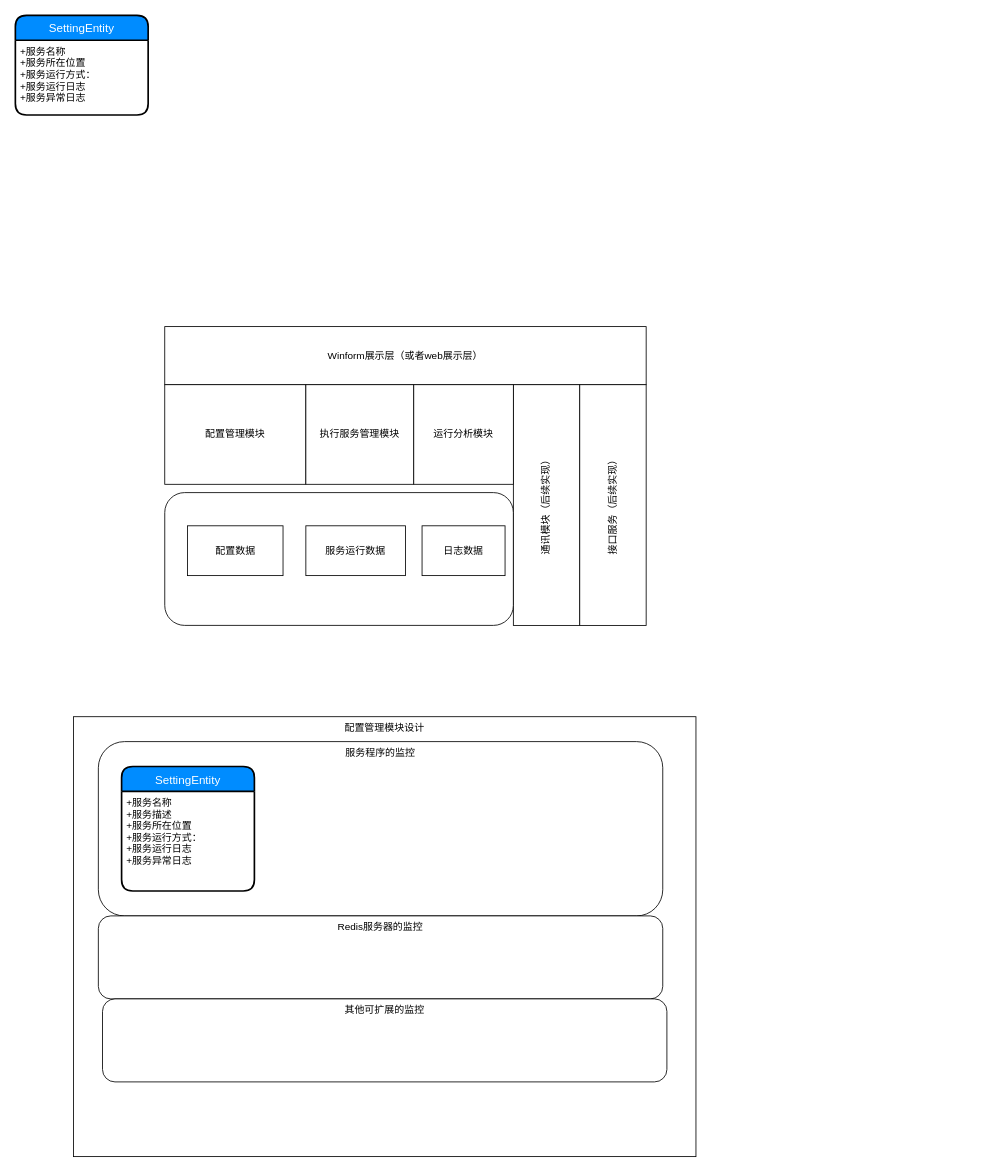
Above: page "方案2（监控服务的设计）" (3 of 3) of 服务架构类图.drawio in xuetianying/workingGit (draw.io), before the change. Source tidied: cells renumbered, new cells numbered last; positions are measured from the earlier drawing's top-left corner, leaving out a move shared by most shapes. Both pictures are drawn from the tidied source at 83%, with x=0, y=0 at pixel (15, 15).
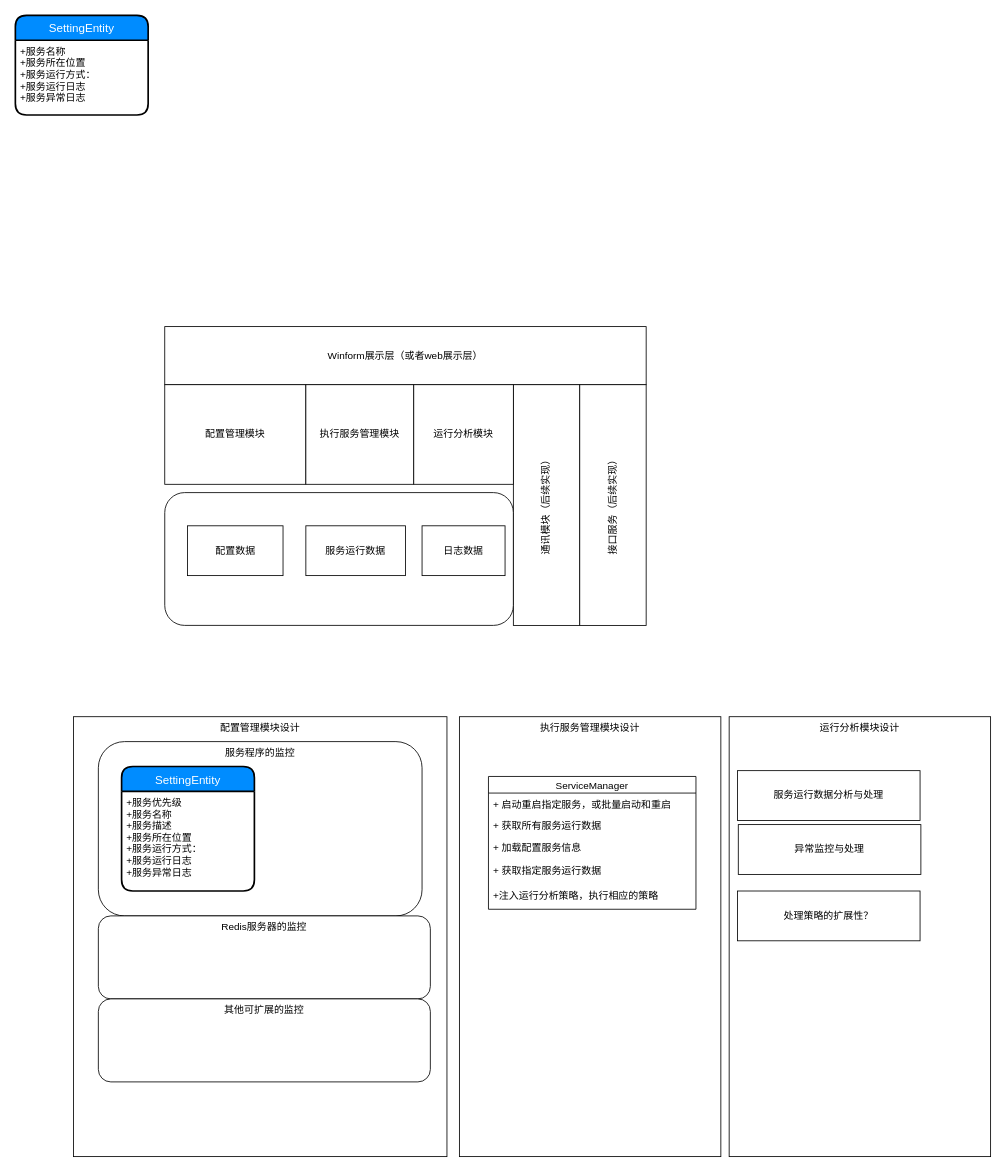
The same page after the edit.

Commit message:
更新服务架构类图.drawio

The change refers to these unchanged cells:
```xml
<mxCell id="14" value="SettingEntity" style="swimlane;horizontal=1;startSize=30;fillColor=#008cff;fontColor=#FFFFFF;rounded=1;fontSize=14;fontStyle=0;strokeWidth=2;shadow=0;dashed=0;align=center;" parent="1" vertex="1">
  <mxGeometry x="128" y="905" width="160" height="150" as="geometry" />
</mxCell>
```

Diff of the diagram source:
```diff
@@
     <mxCell id="12" value="配置管理模块设计" style="rounded=0;whiteSpace=wrap;html=1;align=center;horizontal=1;verticalAlign=top;" parent="1" vertex="1">
-      <mxGeometry x="70" y="845" width="750" height="530" as="geometry" />
+      <mxGeometry x="70" y="845" width="450" height="530" as="geometry" />
     </mxCell>
     <mxCell id="13" value="服务程序的监控" style="rounded=1;whiteSpace=wrap;html=1;align=center;verticalAlign=top;" parent="1" vertex="1">
-      <mxGeometry x="100" y="875" width="680" height="210" as="geometry" />
+      <mxGeometry x="100" y="875" width="390" height="210" as="geometry" />
     </mxCell>
@@
-    <mxCell id="15" value="+服务名称&#10;+服务描述&#10;+服务所在位置&#10;+服务运行方式：&#10;+服务运行日志&#10;+服务异常日志&#10;" style="align=left;strokeColor=none;fillColor=none;spacingLeft=4;fontSize=12;verticalAlign=top;" parent="14" vertex="1">
+    <mxCell id="15" value="+服务优先级&#10;+服务名称&#10;+服务描述&#10;+服务所在位置&#10;+服务运行方式：&#10;+服务运行日志&#10;+服务异常日志&#10;" style="align=left;strokeColor=none;fillColor=none;spacingLeft=4;fontSize=12;verticalAlign=top;" parent="14" vertex="1">
       <mxGeometry y="30" width="160" height="120" as="geometry" />
     </mxCell>
@@
     <mxCell id="18" value="Redis服务器的监控" style="rounded=1;whiteSpace=wrap;html=1;align=center;verticalAlign=top;" parent="1" vertex="1">
-      <mxGeometry x="100" y="1085" width="680" height="100" as="geometry" />
+      <mxGeometry x="100" y="1085" width="400" height="100" as="geometry" />
     </mxCell>
     <mxCell id="19" value="其他可扩展的监控" style="rounded=1;whiteSpace=wrap;html=1;align=center;verticalAlign=top;" parent="1" vertex="1">
-      <mxGeometry x="105" y="1185" width="680" height="100" as="geometry" />
+      <mxGeometry x="100" y="1185" width="400" height="100" as="geometry" />
     </mxCell>
+    <mxCell id="20" value="执行服务管理模块设计" style="rounded=0;whiteSpace=wrap;html=1;align=center;horizontal=1;verticalAlign=top;" parent="1" vertex="1">
+      <mxGeometry x="535" y="845" width="315" height="530" as="geometry" />
+    </mxCell>
+    <mxCell id="21" value="ServiceManager" style="swimlane;fontStyle=0;horizontal=1;startSize=20;fillColor=none;align=center;" parent="1" vertex="1">
+      <mxGeometry x="570" y="917" width="250" height="160" as="geometry" />
+    </mxCell>
+    <mxCell id="22" value="+ 启动重启指定服务，或批量启动和重启" style="text;strokeColor=none;fillColor=none;align=left;verticalAlign=top;spacingLeft=4;spacingRight=4;overflow=hidden;" parent="21" vertex="1">
+      <mxGeometry y="20" width="250" height="26" as="geometry" />
+    </mxCell>
+    <mxCell id="23" value="+ 获取所有服务运行数据" style="text;strokeColor=none;fillColor=none;align=left;verticalAlign=top;spacingLeft=4;spacingRight=4;overflow=hidden;" parent="21" vertex="1">
+      <mxGeometry y="46" width="250" height="26" as="geometry" />
+    </mxCell>
+    <mxCell id="24" value="+ 加载配置服务信息" style="text;strokeColor=none;fillColor=none;align=left;verticalAlign=top;spacingLeft=4;spacingRight=4;overflow=hidden;" parent="21" vertex="1">
+      <mxGeometry y="72" width="250" height="28" as="geometry" />
+    </mxCell>
+    <mxCell id="25" value="+ 获取指定服务运行数据" style="text;strokeColor=none;fillColor=none;align=left;verticalAlign=top;spacingLeft=4;spacingRight=4;overflow=hidden;" parent="21" vertex="1">
+      <mxGeometry y="100" width="250" height="30" as="geometry" />
+    </mxCell>
+    <mxCell id="26" value="+注入运行分析策略，执行相应的策略" style="text;strokeColor=none;fillColor=none;align=left;verticalAlign=top;spacingLeft=4;spacingRight=4;overflow=hidden;" parent="21" vertex="1">
+      <mxGeometry y="130" width="250" height="30" as="geometry" />
+    </mxCell>
+    <mxCell id="27" value="运行分析模块设计" style="rounded=0;whiteSpace=wrap;html=1;align=center;horizontal=1;verticalAlign=top;" parent="1" vertex="1">
+      <mxGeometry x="860" y="845" width="315" height="530" as="geometry" />
+    </mxCell>
+    <mxCell id="28" value="服务运行数据分析与处理" style="rounded=0;whiteSpace=wrap;html=1;align=center;" parent="1" vertex="1">
+      <mxGeometry x="870" y="910" width="220" height="60" as="geometry" />
+    </mxCell>
+    <mxCell id="29" value="异常监控与处理" style="rounded=0;whiteSpace=wrap;html=1;align=center;" parent="1" vertex="1">
+      <mxGeometry x="871" y="975" width="220" height="60" as="geometry" />
+    </mxCell>
+    <mxCell id="30" value="处理策略的扩展性？" style="rounded=0;whiteSpace=wrap;html=1;align=center;" parent="1" vertex="1">
+      <mxGeometry x="870" y="1055" width="220" height="60" as="geometry" />
+    </mxCell>
```
